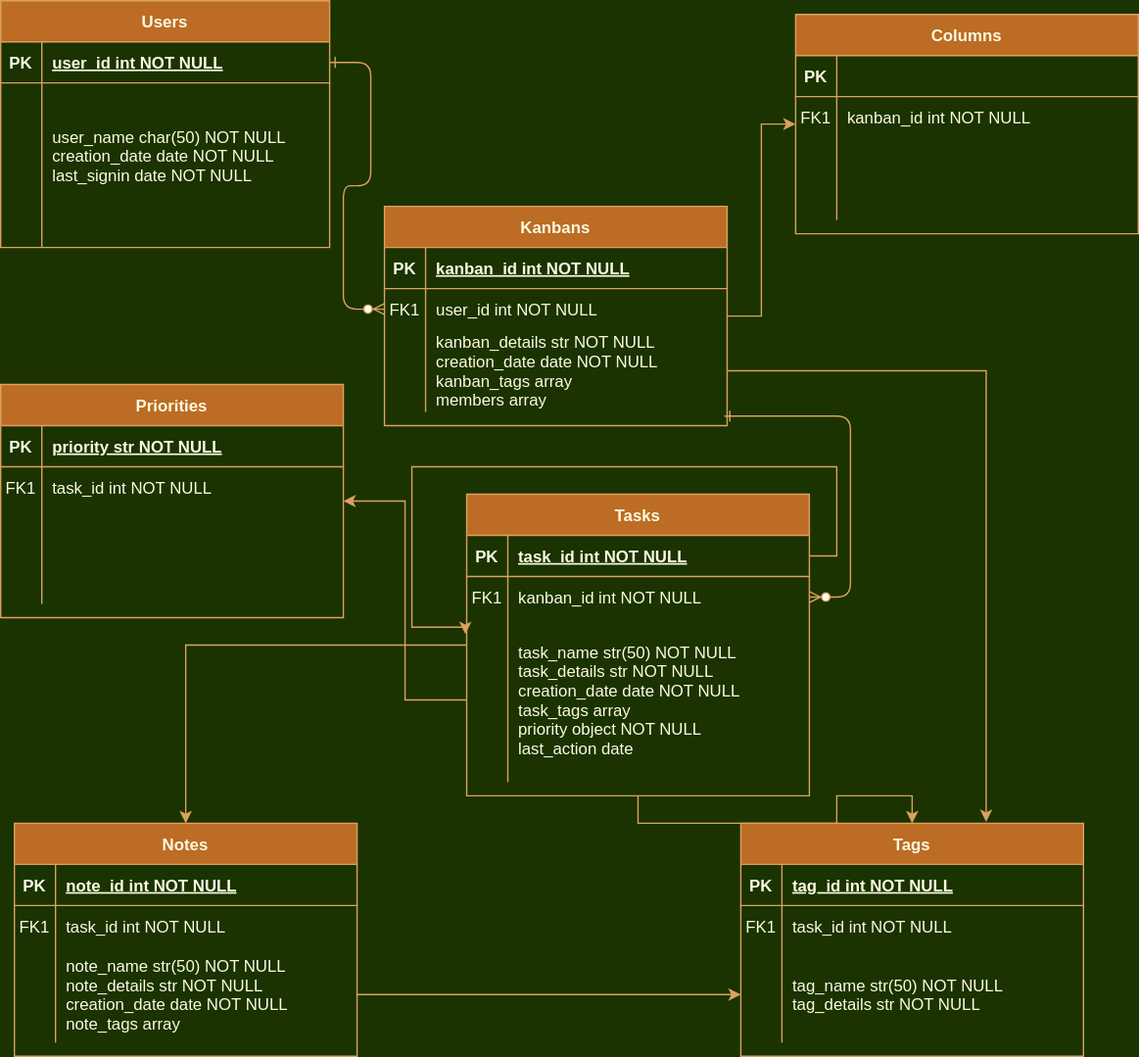
The draw.io diagram Kanban Captstone Diagram.drawio.svg in cdmichaelb/Express_React_Kanban, before a commit. Source tidied: cells renumbered, new cells last; positions are measured from the earlier drawing's top-left corner, leaving out a move shared by most shapes.
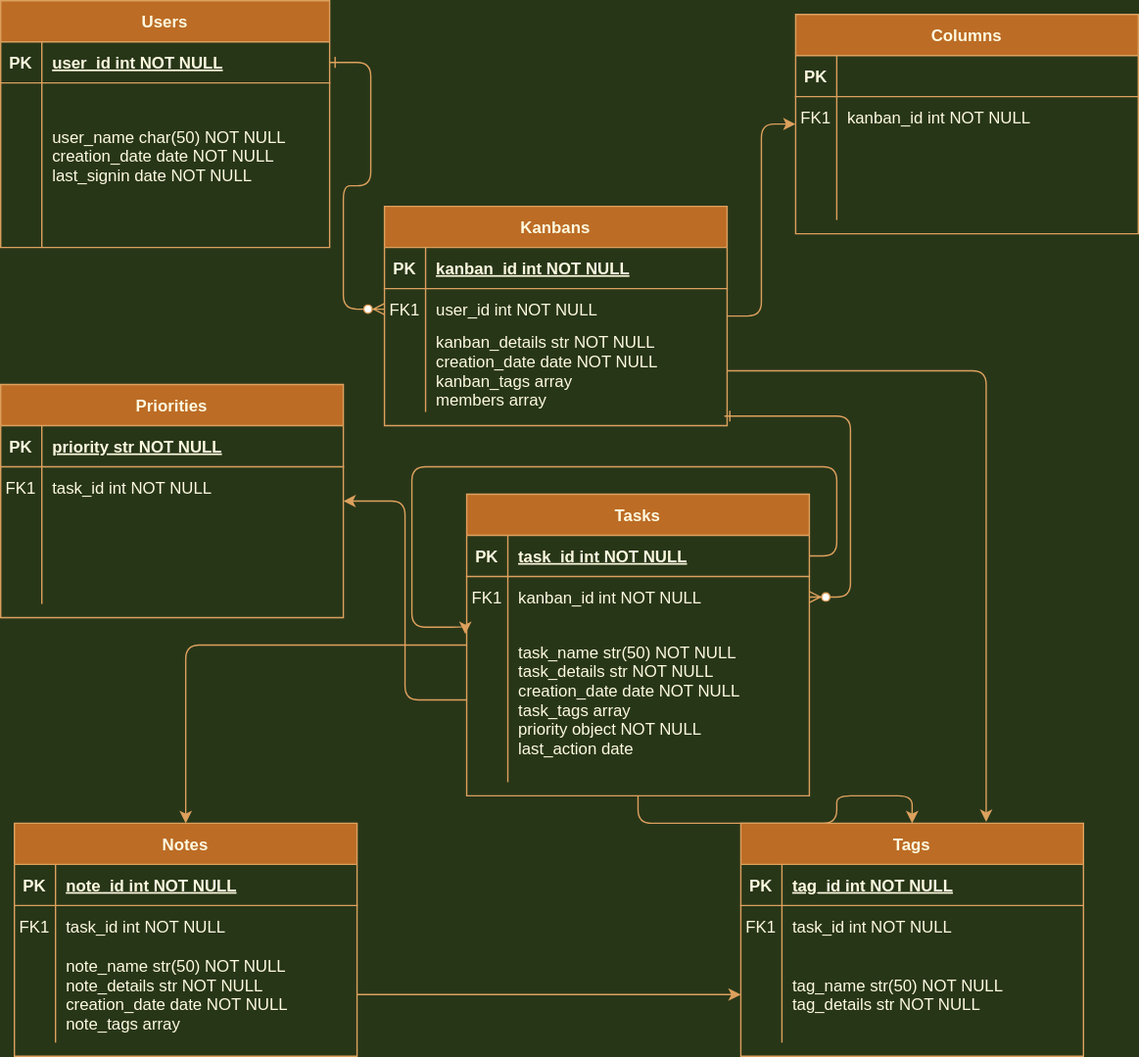
Above is the later version.

Diff of the diagram source:
```diff
@@ -1,4 +1,4 @@
-<mxGraphModel background="#1A3300">
+<mxGraphModel background="#283618">
   <root>
     <mxCell id="0" />
     <mxCell id="1" parent="0" />
@@ -8,7 +8,7 @@
     <mxCell id="3" style="edgeStyle=entityRelationEdgeStyle;endArrow=ERzeroToMany;startArrow=ERone;endFill=1;startFill=0;exitX=0.992;exitY=1.05;exitDx=0;exitDy=0;exitPerimeter=0;labelBackgroundColor=#283618;strokeColor=#DDA15E;fontColor=#FEFAE0;" parent="1" edge="1" source="12" target="22">
       <mxGeometry relative="1" as="geometry" />
     </mxCell>
-    <mxCell id="4" style="edgeStyle=orthogonalEdgeStyle;rounded=0;jettySize=auto;html=1;labelBackgroundColor=#283618;strokeColor=#DDA15E;fontColor=#FEFAE0;" parent="1" edge="1" source="5" target="68">
+    <mxCell id="4" style="edgeStyle=orthogonalEdgeStyle;jettySize=auto;html=1;labelBackgroundColor=#283618;strokeColor=#DDA15E;fontColor=#FEFAE0;" parent="1" edge="1" source="5" target="68">
       <mxGeometry relative="1" as="geometry" />
     </mxCell>
     <mxCell id="5" value="Kanbans" style="shape=table;startSize=30;rowLines=0;fontStyle=1;align=center;fillColor=#BC6C25;strokeColor=#DDA15E;fontColor=#FEFAE0;" parent="1" vertex="1">
@@ -41,13 +41,13 @@
     <mxCell id="14" value="kanban_details str NOT NULL&#10;creation_date date NOT NULL&#10;kanban_tags array&#10;members array" style="shape=partialRectangle;overflow=hidden;fillColor=none;top=0;left=0;bottom=0;right=0;align=left;spacingLeft=6;strokeColor=#DDA15E;fontColor=#FEFAE0;" parent="12" vertex="1">
       <mxGeometry x="30" width="220" height="60" as="geometry" />
     </mxCell>
-    <mxCell id="15" style="edgeStyle=orthogonalEdgeStyle;rounded=0;jettySize=auto;html=1;labelBackgroundColor=#283618;strokeColor=#DDA15E;fontColor=#FEFAE0;" parent="1" edge="1" source="18" target="36">
+    <mxCell id="15" style="edgeStyle=orthogonalEdgeStyle;jettySize=auto;html=1;labelBackgroundColor=#283618;strokeColor=#DDA15E;fontColor=#FEFAE0;" parent="1" edge="1" source="18" target="36">
       <mxGeometry relative="1" as="geometry" />
     </mxCell>
-    <mxCell id="16" style="edgeStyle=orthogonalEdgeStyle;rounded=0;jettySize=auto;html=1;labelBackgroundColor=#283618;strokeColor=#DDA15E;fontColor=#FEFAE0;" parent="1" edge="1" source="18" target="46">
+    <mxCell id="16" style="edgeStyle=orthogonalEdgeStyle;jettySize=auto;html=1;labelBackgroundColor=#283618;strokeColor=#DDA15E;fontColor=#FEFAE0;" parent="1" edge="1" source="18" target="46">
       <mxGeometry relative="1" as="geometry" />
     </mxCell>
-    <mxCell id="17" style="edgeStyle=orthogonalEdgeStyle;rounded=0;jettySize=auto;html=1;exitX=0;exitY=0.5;exitDx=0;exitDy=0;labelBackgroundColor=#283618;strokeColor=#DDA15E;fontColor=#FEFAE0;" parent="1" edge="1" source="25" target="58">
+    <mxCell id="17" style="edgeStyle=orthogonalEdgeStyle;jettySize=auto;html=1;exitX=0;exitY=0.5;exitDx=0;exitDy=0;labelBackgroundColor=#283618;strokeColor=#DDA15E;fontColor=#FEFAE0;" parent="1" edge="1" source="25" target="58">
       <mxGeometry relative="1" as="geometry" />
     </mxCell>
     <mxCell id="18" value="Tasks" style="shape=table;startSize=30;rowLines=0;fontStyle=1;align=center;fillColor=#BC6C25;strokeColor=#DDA15E;fontColor=#FEFAE0;" parent="1" vertex="1">
@@ -80,7 +80,7 @@
     <mxCell id="27" value="task_name str(50) NOT NULL&#10;task_details str NOT NULL&#10;creation_date date NOT NULL&#10;task_tags array&#10;priority object NOT NULL&#10;last_action date" style="shape=partialRectangle;overflow=hidden;fillColor=none;top=0;left=0;bottom=0;right=0;align=left;spacingLeft=6;strokeColor=#DDA15E;fontColor=#FEFAE0;" parent="25" vertex="1">
       <mxGeometry x="30" width="220" height="120" as="geometry" />
     </mxCell>
-    <mxCell id="28" style="edgeStyle=orthogonalEdgeStyle;rounded=0;jettySize=auto;html=1;exitX=1;exitY=0.5;exitDx=0;exitDy=0;entryX=-0.004;entryY=0.1;entryDx=0;entryDy=0;entryPerimeter=0;labelBackgroundColor=#283618;strokeColor=#DDA15E;fontColor=#FEFAE0;" parent="18" edge="1" source="19" target="25">
+    <mxCell id="28" style="edgeStyle=orthogonalEdgeStyle;jettySize=auto;html=1;exitX=1;exitY=0.5;exitDx=0;exitDy=0;entryX=-0.004;entryY=0.1;entryDx=0;entryDy=0;entryPerimeter=0;labelBackgroundColor=#283618;strokeColor=#DDA15E;fontColor=#FEFAE0;" parent="18" edge="1" source="19" target="25">
       <mxGeometry relative="1" as="geometry">
         <Array as="points">
           <mxPoint x="270" y="45" />
@@ -171,10 +171,10 @@
     <mxCell id="55" value="tag_name str(50) NOT NULL&#10;tag_details str NOT NULL" style="shape=partialRectangle;overflow=hidden;fillColor=none;top=0;left=0;bottom=0;right=0;align=left;spacingLeft=6;strokeColor=#DDA15E;fontColor=#FEFAE0;" parent="53" vertex="1">
       <mxGeometry x="30" width="220" height="70" as="geometry" />
     </mxCell>
-    <mxCell id="56" style="edgeStyle=orthogonalEdgeStyle;rounded=0;jettySize=auto;html=1;exitX=1;exitY=0.5;exitDx=0;exitDy=0;entryX=0;entryY=0.5;entryDx=0;entryDy=0;labelBackgroundColor=#283618;strokeColor=#DDA15E;fontColor=#FEFAE0;" parent="1" edge="1" source="43" target="53">
+    <mxCell id="56" style="edgeStyle=orthogonalEdgeStyle;jettySize=auto;html=1;exitX=1;exitY=0.5;exitDx=0;exitDy=0;entryX=0;entryY=0.5;entryDx=0;entryDy=0;labelBackgroundColor=#283618;strokeColor=#DDA15E;fontColor=#FEFAE0;" parent="1" edge="1" source="43" target="53">
       <mxGeometry relative="1" as="geometry" />
     </mxCell>
-    <mxCell id="57" style="edgeStyle=orthogonalEdgeStyle;rounded=0;jettySize=auto;html=1;exitX=1;exitY=0.5;exitDx=0;exitDy=0;entryX=0.716;entryY=-0.006;entryDx=0;entryDy=0;entryPerimeter=0;labelBackgroundColor=#283618;strokeColor=#DDA15E;fontColor=#FEFAE0;" parent="1" edge="1" source="12" target="46">
+    <mxCell id="57" style="edgeStyle=orthogonalEdgeStyle;jettySize=auto;html=1;exitX=1;exitY=0.5;exitDx=0;exitDy=0;entryX=0.716;entryY=-0.006;entryDx=0;entryDy=0;entryPerimeter=0;labelBackgroundColor=#283618;strokeColor=#DDA15E;fontColor=#FEFAE0;" parent="1" edge="1" source="12" target="46">
       <mxGeometry relative="1" as="geometry" />
     </mxCell>
     <mxCell id="58" value="Priorities" style="shape=table;startSize=30;rowLines=0;fontStyle=1;align=center;fillColor=#BC6C25;strokeColor=#DDA15E;fontColor=#FEFAE0;" parent="1" vertex="1">
```
